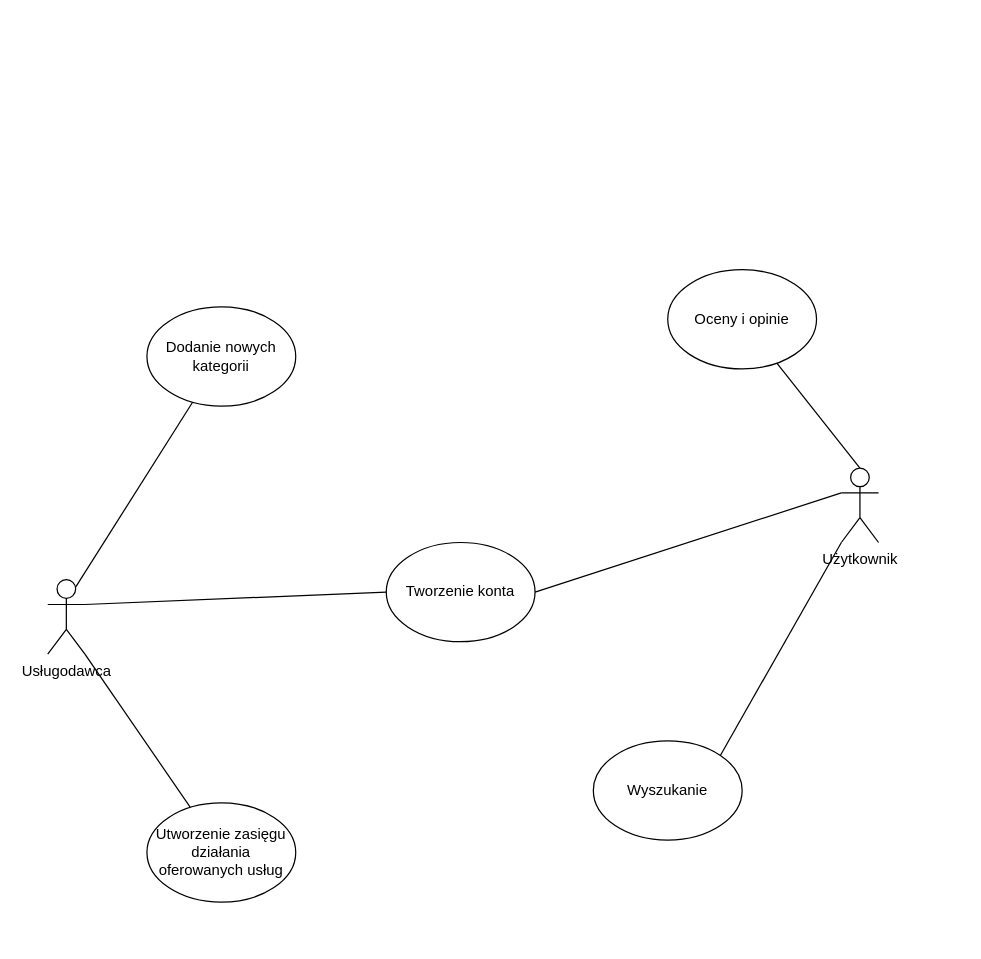
The draw.io diagram Untitled Diagram.drawio in kamildziedzic/Remontowo.pl, before the edit. Source tidied: cells renumbered, new cells numbered last; positions are measured from the earlier drawing's top-left corner, leaving out a move shared by most shapes. Both pictures are drawn from the tidied source at 124%, with x=0, y=0 at pixel (47, 269).
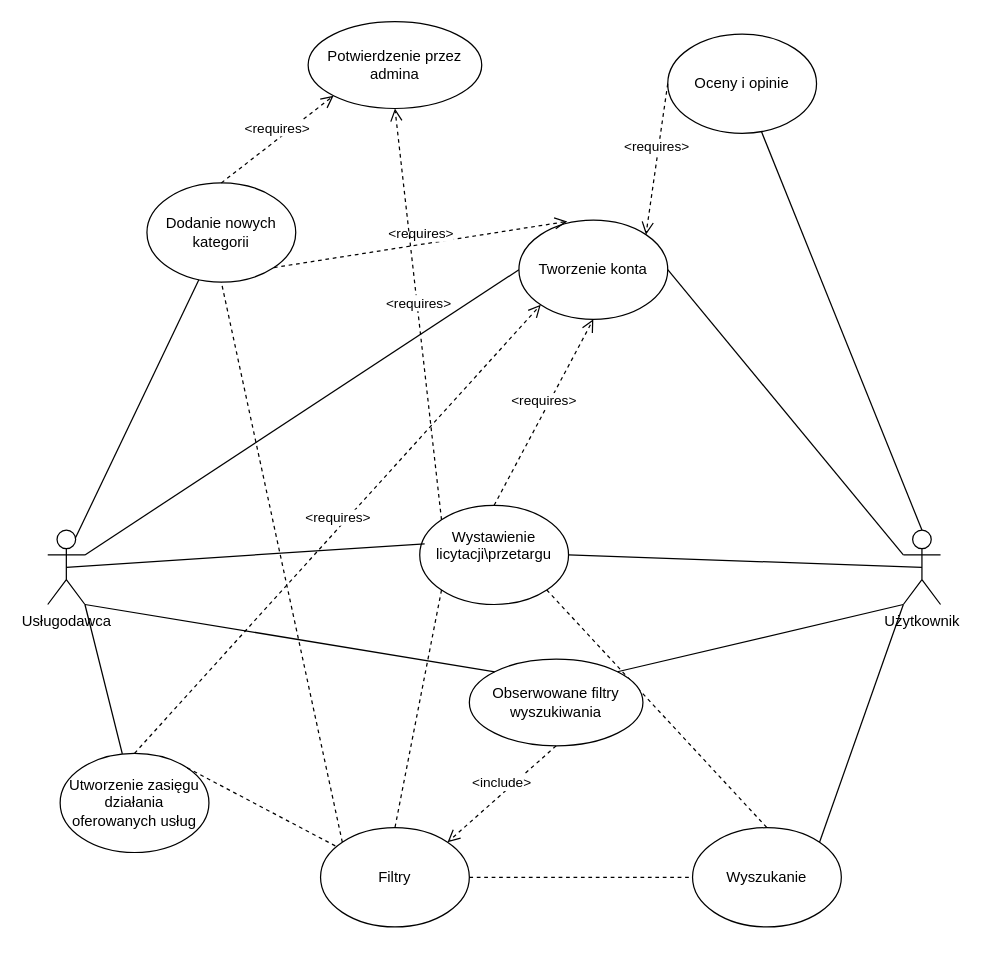
After the change.

Diff of the diagram source:
```diff
@@
     <mxCell id="2" value="Usługodawca" style="shape=umlActor;verticalLabelPosition=bottom;labelBackgroundColor=#ffffff;verticalAlign=top;html=1;outlineConnect=0;" parent="1" vertex="1">
-      <mxGeometry y="250" width="30" height="60" as="geometry" />
+      <mxGeometry y="210" width="30" height="60" as="geometry" />
     </mxCell>
     <mxCell id="3" value="Tworzenie konta" style="ellipse;whiteSpace=wrap;html=1;" parent="1" vertex="1">
-      <mxGeometry x="273" y="220" width="120" height="80" as="geometry" />
+      <mxGeometry x="380" y="-40" width="120" height="80" as="geometry" />
     </mxCell>
     <mxCell id="4" value="Dodanie nowych kategorii" style="ellipse;whiteSpace=wrap;html=1;" parent="1" vertex="1">
-      <mxGeometry x="80" y="30" width="120" height="80" as="geometry" />
+      <mxGeometry x="80" y="-70" width="120" height="80" as="geometry" />
     </mxCell>
     <mxCell id="5" value="Utworzenie zasięgu działania oferowanych usług" style="ellipse;whiteSpace=wrap;html=1;" parent="1" vertex="1">
-      <mxGeometry x="80" y="430" width="120" height="80" as="geometry" />
+      <mxGeometry x="10" y="390" width="120" height="80" as="geometry" />
     </mxCell>
     <mxCell id="6" value="Użytkownik" style="shape=umlActor;verticalLabelPosition=bottom;labelBackgroundColor=#ffffff;verticalAlign=top;html=1;outlineConnect=0;" parent="1" vertex="1">
-      <mxGeometry x="640" y="160" width="30" height="60" as="geometry" />
+      <mxGeometry x="690" y="210" width="30" height="60" as="geometry" />
     </mxCell>
     <mxCell id="7" value="Oceny i opinie" style="ellipse;whiteSpace=wrap;html=1;" parent="1" vertex="1">
-      <mxGeometry x="500" width="120" height="80" as="geometry" />
+      <mxGeometry x="500" y="-190" width="120" height="80" as="geometry" />
     </mxCell>
+    <mxCell id="15" style="edgeStyle=orthogonalEdgeStyle;rounded=0;jettySize=auto;html=1;exitX=0.5;exitY=1;exitDx=0;exitDy=0;" parent="1" edge="1" source="8">
+      <mxGeometry relative="1" as="geometry">
+        <mxPoint x="580" y="530" as="targetPoint" />
+      </mxGeometry>
+    </mxCell>
     <mxCell id="8" value="Wyszukanie" style="ellipse;whiteSpace=wrap;html=1;" parent="1" vertex="1">
-      <mxGeometry x="440" y="380" width="120" height="80" as="geometry" />
+      <mxGeometry x="520" y="450" width="120" height="80" as="geometry" />
     </mxCell>
@@
+    <mxCell id="16" value="&amp;lt;requires&amp;gt;" style="html=1;verticalAlign=bottom;endArrow=open;dashed=1;endSize=8;exitX=1;exitY=1;exitDx=0;exitDy=0;entryX=0.325;entryY=0.013;entryDx=0;entryDy=0;entryPerimeter=0;" parent="1" edge="1" source="4" target="3">
+      <mxGeometry relative="1" as="geometry" />
+    </mxCell>
+    <mxCell id="17" value="&lt;div&gt;Wystawienie &lt;br&gt;&lt;/div&gt;&lt;div&gt;licytacji\przetargu&lt;/div&gt;&lt;div&gt;&lt;br&gt;&lt;/div&gt;" style="ellipse;whiteSpace=wrap;html=1;" parent="1" vertex="1">
+      <mxGeometry x="300" y="190" width="120" height="80" as="geometry" />
+    </mxCell>
+    <mxCell id="18" value="&amp;lt;requires&amp;gt;" style="html=1;verticalAlign=bottom;endArrow=open;dashed=1;endSize=8;exitX=0.5;exitY=0;exitDx=0;exitDy=0;entryX=0;entryY=1;entryDx=0;entryDy=0;" parent="1" edge="1" source="5" target="3">
+      <mxGeometry relative="1" as="geometry" />
+    </mxCell>
+    <mxCell id="19" style="endArrow=none;html=1;entryX=0.033;entryY=0.388;entryDx=0;entryDy=0;entryPerimeter=0;exitX=0.5;exitY=0.5;exitDx=0;exitDy=0;exitPerimeter=0;" parent="1" edge="1" source="2" target="17">
+      <mxGeometry relative="1" as="geometry" />
+    </mxCell>
+    <mxCell id="20" style="endArrow=none;html=1;entryX=0.5;entryY=0.5;entryDx=0;entryDy=0;entryPerimeter=0;exitX=1;exitY=0.5;exitDx=0;exitDy=0;" parent="1" edge="1" source="17" target="6">
+      <mxGeometry relative="1" as="geometry" />
+    </mxCell>
+    <mxCell id="21" style="endArrow=none;dashed=1;html=1;entryX=0.5;entryY=0;entryDx=0;entryDy=0;exitX=1;exitY=1;exitDx=0;exitDy=0;" parent="1" edge="1" source="17" target="8">
+      <mxGeometry relative="1" as="geometry" />
+    </mxCell>
+    <mxCell id="22" value="Filtry" style="ellipse;whiteSpace=wrap;html=1;" parent="1" vertex="1">
+      <mxGeometry x="220" y="450" width="120" height="80" as="geometry" />
+    </mxCell>
+    <mxCell id="23" style="endArrow=none;dashed=1;html=1;exitX=1;exitY=0;exitDx=0;exitDy=0;" parent="1" edge="1" source="5" target="22">
+      <mxGeometry relative="1" as="geometry" />
+    </mxCell>
+    <mxCell id="24" style="endArrow=none;dashed=1;html=1;entryX=0.5;entryY=0;entryDx=0;entryDy=0;exitX=0;exitY=1;exitDx=0;exitDy=0;" parent="1" edge="1" source="17" target="22">
+      <mxGeometry relative="1" as="geometry" />
+    </mxCell>
+    <mxCell id="25" style="endArrow=none;dashed=1;html=1;entryX=0;entryY=0.5;entryDx=0;entryDy=0;exitX=1;exitY=0.5;exitDx=0;exitDy=0;" parent="1" edge="1" source="22" target="8">
+      <mxGeometry relative="1" as="geometry" />
+    </mxCell>
+    <mxCell id="26" style="endArrow=none;dashed=1;html=1;entryX=0.5;entryY=1;entryDx=0;entryDy=0;exitX=0;exitY=0;exitDx=0;exitDy=0;" parent="1" edge="1" source="22" target="4">
+      <mxGeometry relative="1" as="geometry" />
+    </mxCell>
+    <mxCell id="27" value="&amp;lt;requires&amp;gt;" style="html=1;verticalAlign=bottom;endArrow=open;dashed=1;endSize=8;entryX=0.5;entryY=1;entryDx=0;entryDy=0;exitX=0.5;exitY=0;exitDx=0;exitDy=0;" parent="1" edge="1" source="17" target="3">
+      <mxGeometry relative="1" as="geometry" />
+    </mxCell>
+    <mxCell id="28" value="&amp;lt;requires&amp;gt;" style="html=1;verticalAlign=bottom;endArrow=open;dashed=1;endSize=8;entryX=1;entryY=0;entryDx=0;entryDy=0;exitX=0;exitY=0.5;exitDx=0;exitDy=0;" parent="1" edge="1" source="7" target="3">
+      <mxGeometry relative="1" as="geometry" />
+    </mxCell>
+    <mxCell id="29" value="Potwierdzenie przez admina" style="ellipse;whiteSpace=wrap;html=1;" parent="1" vertex="1">
+      <mxGeometry x="210" y="-200" width="140" height="70" as="geometry" />
+    </mxCell>
+    <mxCell id="30" value="&amp;lt;requires&amp;gt;" style="html=1;verticalAlign=bottom;endArrow=open;dashed=1;endSize=8;entryX=0;entryY=1;entryDx=0;entryDy=0;exitX=0.5;exitY=0;exitDx=0;exitDy=0;" parent="1" edge="1" source="4" target="29">
+      <mxGeometry relative="1" as="geometry" />
+    </mxCell>
+    <mxCell id="31" value="&amp;lt;requires&amp;gt;" style="html=1;verticalAlign=bottom;endArrow=open;dashed=1;endSize=8;entryX=0.5;entryY=1;entryDx=0;entryDy=0;exitX=0;exitY=0;exitDx=0;exitDy=0;" parent="1" edge="1" source="17" target="29">
+      <mxGeometry relative="1" as="geometry" />
+    </mxCell>
+    <mxCell id="32" value="Obserwowane filtry wyszukiwania" style="ellipse;whiteSpace=wrap;html=1;" parent="1" vertex="1">
+      <mxGeometry x="340" y="314" width="140" height="70" as="geometry" />
+    </mxCell>
+    <mxCell id="33" style="endArrow=none;html=1;entryX=1;entryY=1;entryDx=0;entryDy=0;entryPerimeter=0;exitX=0;exitY=0;exitDx=0;exitDy=0;" parent="1" edge="1" source="32" target="2">
+      <mxGeometry relative="1" as="geometry" />
+    </mxCell>
+    <mxCell id="34" style="endArrow=none;html=1;entryX=1;entryY=0;entryDx=0;entryDy=0;" parent="1" edge="1" target="32">
+      <mxGeometry relative="1" as="geometry">
+        <mxPoint x="690" y="270" as="sourcePoint" />
+      </mxGeometry>
+    </mxCell>
+    <mxCell id="35" value="&amp;lt;include&amp;gt;" style="html=1;verticalAlign=bottom;endArrow=open;dashed=1;endSize=8;exitX=0.5;exitY=1;exitDx=0;exitDy=0;entryX=1;entryY=0;entryDx=0;entryDy=0;" parent="1" edge="1" source="32" target="22">
+      <mxGeometry relative="1" as="geometry" />
+    </mxCell>
```
